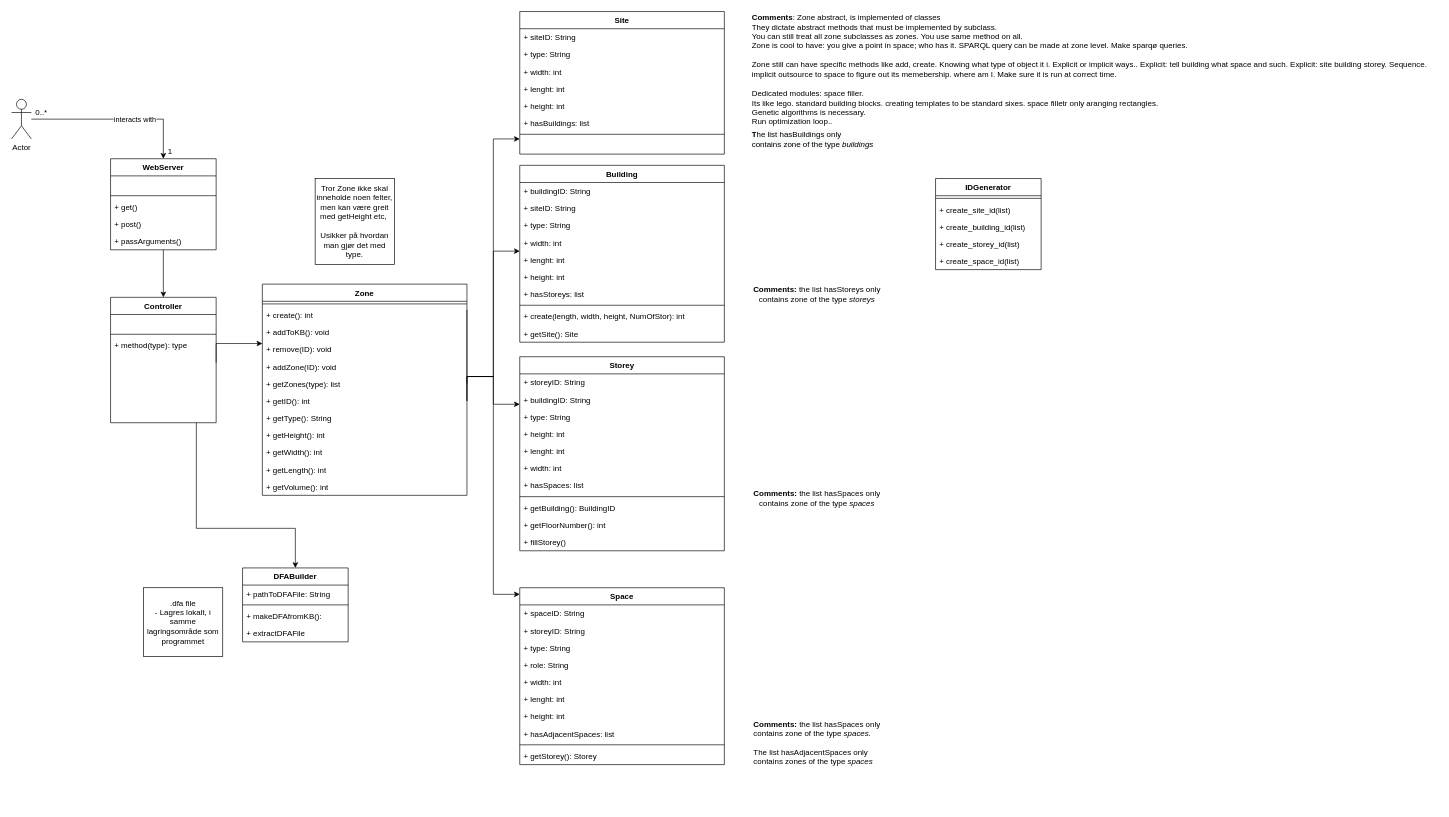
Above: page "Design Class Diagram" (6 of 9) of Diagrams/Diagrams.drawio in Hallvaeb/automation-p2-construction-knowledge-base (draw.io), before the change. Source tidied: cells renumbered, new cells numbered last; positions are measured from the earlier drawing's top-left corner, leaving out a move shared by most shapes. Both pictures are drawn from the tidied source at 66%, with x=0, y=0 at pixel (11, 11).
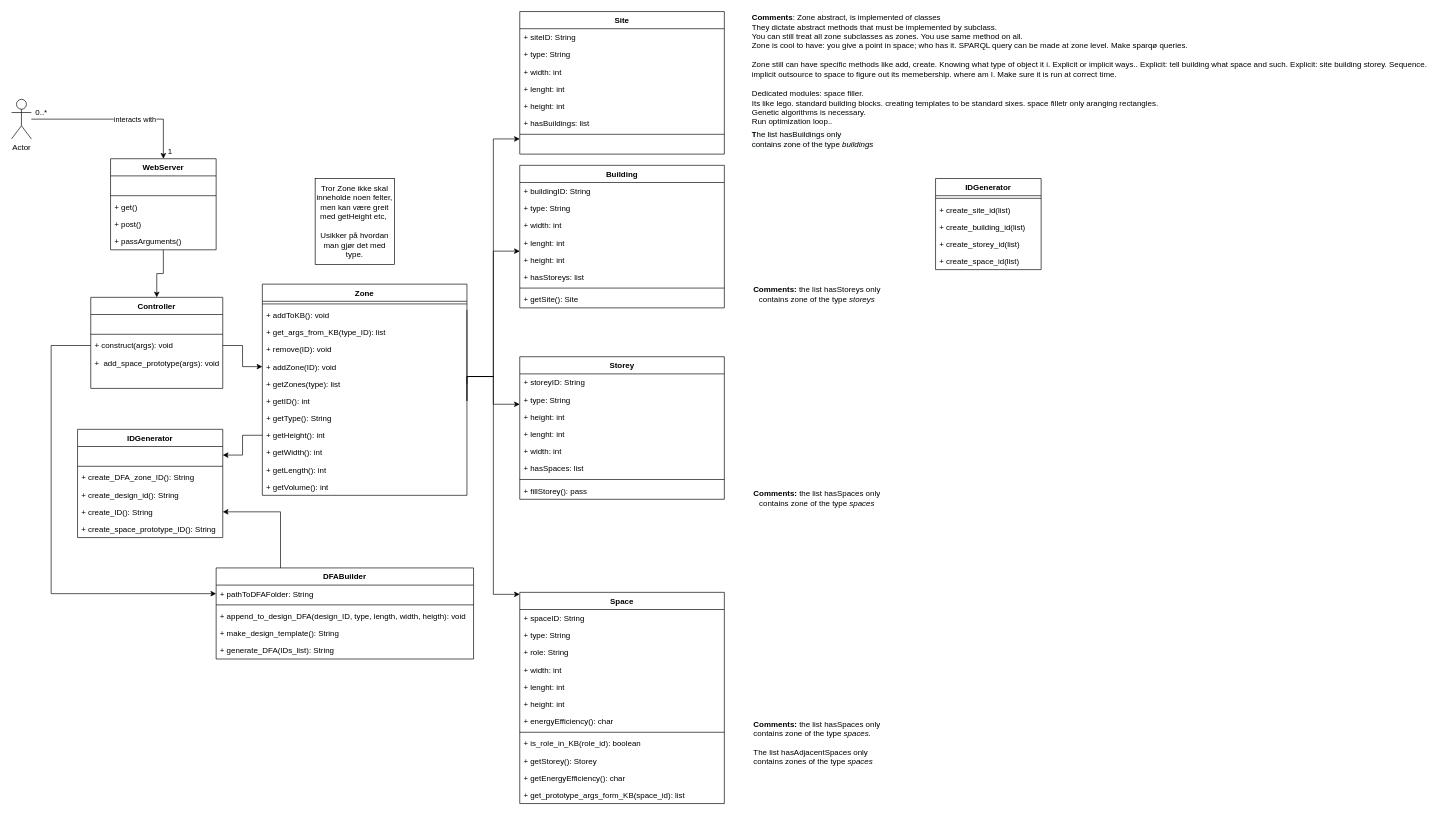
After the change.

Unchanged cells that the change refers to:
```xml
<mxCell id="73" value="Zone" style="swimlane;fontStyle=1;align=center;verticalAlign=top;horizontal=1;startSize=26;strokeColor=default;fillColor=default;" parent="1" vertex="1">
  <mxGeometry x="380" y="413" width="310" height="320" as="geometry" />
</mxCell>
<mxCell id="78" value="+ addZone(ID): void " style="text;strokeColor=none;fillColor=none;align=left;verticalAlign=top;spacingLeft=4;spacingRight=4;overflow=hidden;points=[[0,0.5],[1,0.5]];portConstraint=eastwest;" parent="73" vertex="1">
  <mxGeometry y="112" width="310" height="26" as="geometry" />
</mxCell>
<mxCell id="82" value="+ getHeight(): int" style="text;strokeColor=none;fillColor=none;align=left;verticalAlign=top;spacingLeft=4;spacingRight=4;overflow=hidden;points=[[0,0.5],[1,0.5]];portConstraint=eastwest;" parent="73" vertex="1">
  <mxGeometry y="216" width="310" height="26" as="geometry" />
</mxCell>
```

Diff of the diagram source:
```diff
@@
     <mxCell id="8" value="Building" style="swimlane;fontStyle=1;align=center;verticalAlign=top;horizontal=1;startSize=26;strokeColor=default;fillColor=default;" parent="1" vertex="1">
-      <mxGeometry x="770" y="233" width="310" height="268" as="geometry" />
+      <mxGeometry x="770" y="233" width="310" height="216" as="geometry" />
     </mxCell>
@@
-    <mxCell id="10" value="+ siteID: String" style="text;strokeColor=none;fillColor=none;align=left;verticalAlign=top;spacingLeft=4;spacingRight=4;overflow=hidden;" parent="8" vertex="1">
-      <mxGeometry y="52" width="310" height="26" as="geometry" />
-    </mxCell>
     <mxCell id="11" value="+ type: String" style="text;strokeColor=none;fillColor=none;align=left;verticalAlign=top;spacingLeft=4;spacingRight=4;overflow=hidden;" parent="8" vertex="1">
-      <mxGeometry y="78" width="310" height="26" as="geometry" />
+      <mxGeometry y="52" width="310" height="26" as="geometry" />
     </mxCell>
     <mxCell id="12" value="+ width: int" style="text;strokeColor=none;fillColor=none;align=left;verticalAlign=top;spacingLeft=4;spacingRight=4;overflow=hidden;" parent="8" vertex="1">
-      <mxGeometry y="104" width="310" height="26" as="geometry" />
+      <mxGeometry y="78" width="310" height="26" as="geometry" />
     </mxCell>
     <mxCell id="13" value="+ lenght: int" style="text;strokeColor=none;fillColor=none;align=left;verticalAlign=top;spacingLeft=4;spacingRight=4;overflow=hidden;" parent="8" vertex="1">
-      <mxGeometry y="130" width="310" height="26" as="geometry" />
+      <mxGeometry y="104" width="310" height="26" as="geometry" />
     </mxCell>
     <mxCell id="14" value="+ height: int" style="text;strokeColor=none;fillColor=none;align=left;verticalAlign=top;spacingLeft=4;spacingRight=4;overflow=hidden;" parent="8" vertex="1">
-      <mxGeometry y="156" width="310" height="26" as="geometry" />
+      <mxGeometry y="130" width="310" height="26" as="geometry" />
     </mxCell>
     <mxCell id="15" value="+ hasStoreys: list" style="text;strokeColor=none;fillColor=none;align=left;verticalAlign=top;spacingLeft=4;spacingRight=4;overflow=hidden;" parent="8" vertex="1">
-      <mxGeometry y="182" width="310" height="26" as="geometry" />
+      <mxGeometry y="156" width="310" height="26" as="geometry" />
     </mxCell>
     <mxCell id="16" style="line;strokeWidth=1;fillColor=none;align=left;verticalAlign=middle;spacingTop=-1;spacingLeft=3;spacingRight=3;labelPosition=right;" parent="8" vertex="1">
-      <mxGeometry y="208" width="310" height="8" as="geometry" />
+      <mxGeometry y="182" width="310" height="8" as="geometry" />
     </mxCell>
-    <mxCell id="17" value="+ create(length, width, height, NumOfStor): int" style="text;strokeColor=none;fillColor=none;align=left;verticalAlign=top;spacingLeft=4;spacingRight=4;overflow=hidden;" parent="8" vertex="1">
-      <mxGeometry y="216" width="310" height="26" as="geometry" />
-    </mxCell>
     <mxCell id="18" value="+ getSite(): Site" style="text;strokeColor=none;fillColor=none;align=left;verticalAlign=top;spacingLeft=4;spacingRight=4;overflow=hidden;" parent="8" vertex="1">
-      <mxGeometry y="242" width="310" height="26" as="geometry" />
+      <mxGeometry y="190" width="310" height="26" as="geometry" />
     </mxCell>
-    <mxCell id="19" style="edgeStyle=orthogonalEdgeStyle;rounded=0;jettySize=auto;html=1;entryX=0.5;entryY=0;entryDx=0;entryDy=0;" parent="1" edge="1" source="20" target="34">
-      <mxGeometry relative="1" as="geometry">
-        <Array as="points">
-          <mxPoint x="280" y="783" />
-          <mxPoint x="430" y="783" />
-        </Array>
-      </mxGeometry>
-    </mxCell>
     <mxCell id="20" value="Controller" style="swimlane;fontStyle=1;align=center;verticalAlign=top;horizontal=1;startSize=26;strokeColor=default;fillColor=default;" parent="1" vertex="1">
-      <mxGeometry x="150" y="433" width="160" height="190" as="geometry" />
+      <mxGeometry x="120" y="433" width="200" height="138" as="geometry" />
     </mxCell>
     <mxCell id="21" style="text;strokeColor=none;fillColor=none;align=left;verticalAlign=top;spacingLeft=4;spacingRight=4;overflow=hidden;" parent="20" vertex="1">
-      <mxGeometry y="26" width="160" height="26" as="geometry" />
+      <mxGeometry y="26" width="200" height="26" as="geometry" />
     </mxCell>
     <mxCell id="22" style="line;strokeWidth=1;fillColor=none;align=left;verticalAlign=middle;spacingTop=-1;spacingLeft=3;spacingRight=3;labelPosition=right;" parent="20" vertex="1">
-      <mxGeometry y="52" width="160" height="8" as="geometry" />
+      <mxGeometry y="52" width="200" height="8" as="geometry" />
     </mxCell>
-    <mxCell id="23" value="+ method(type): type" style="text;strokeColor=none;fillColor=none;align=left;verticalAlign=top;spacingLeft=4;spacingRight=4;overflow=hidden;points=[[0,0.5],[1,0.5]];portConstraint=eastwest;" parent="20" vertex="1">
-      <mxGeometry y="60" width="160" height="26" as="geometry" />
+    <mxCell id="23" value="+ construct(args): void" style="text;strokeColor=none;fillColor=none;align=left;verticalAlign=top;spacingLeft=4;spacingRight=4;overflow=hidden;points=[[0,0.5],[1,0.5]];portConstraint=eastwest;" parent="20" vertex="1">
+      <mxGeometry y="60" width="200" height="26" as="geometry" />
     </mxCell>
+    <mxCell id="105" value="+  add_space_prototype(args): void" style="text;strokeColor=none;fillColor=none;align=left;verticalAlign=top;spacingLeft=4;spacingRight=4;overflow=hidden;" parent="20" vertex="1">
+      <mxGeometry y="86" width="200" height="26" as="geometry" />
+    </mxCell>
     <mxCell id="24" style="text;strokeColor=none;fillColor=none;align=left;verticalAlign=top;spacingLeft=4;spacingRight=4;overflow=hidden;points=[[0,0.5],[1,0.5]];portConstraint=eastwest;" parent="20" vertex="1">
-      <mxGeometry y="86" width="160" height="26" as="geometry" />
+      <mxGeometry y="112" width="200" height="26" as="geometry" />
     </mxCell>
-    <mxCell id="25" style="text;strokeColor=none;fillColor=none;align=left;verticalAlign=top;spacingLeft=4;spacingRight=4;overflow=hidden;" parent="20" vertex="1">
-      <mxGeometry y="112" width="160" height="26" as="geometry" />
-    </mxCell>
-    <mxCell id="26" style="text;strokeColor=none;fillColor=none;align=left;verticalAlign=top;spacingLeft=4;spacingRight=4;overflow=hidden;" parent="20" vertex="1">
-      <mxGeometry y="138" width="160" height="26" as="geometry" />
-    </mxCell>
-    <mxCell id="27" style="text;strokeColor=none;fillColor=none;align=left;verticalAlign=top;spacingLeft=4;spacingRight=4;overflow=hidden;" parent="20" vertex="1">
-      <mxGeometry y="164" width="160" height="26" as="geometry" />
-    </mxCell>
@@
+    <mxCell id="106" style="edgeStyle=orthogonalEdgeStyle;rounded=0;jettySize=auto;html=1;exitX=0.25;exitY=0;exitDx=0;exitDy=0;entryX=1;entryY=0.5;entryDx=0;entryDy=0;fontSize=12;" parent="1" edge="1" source="34" target="118">
+      <mxGeometry relative="1" as="geometry" />
+    </mxCell>
     <mxCell id="34" value="DFABuilder" style="swimlane;fontStyle=1;align=center;verticalAlign=top;horizontal=1;startSize=26;strokeColor=default;fillColor=default;" parent="1" vertex="1">
-      <mxGeometry x="350" y="843" width="160" height="112" as="geometry" />
+      <mxGeometry x="310" y="843" width="390" height="138" as="geometry" />
     </mxCell>
-    <mxCell id="35" value="+ pathToDFAFile: String" style="text;strokeColor=none;fillColor=none;align=left;verticalAlign=top;spacingLeft=4;spacingRight=4;overflow=hidden;points=[[0,0.5],[1,0.5]];portConstraint=eastwest;" parent="34" vertex="1">
-      <mxGeometry y="26" width="160" height="26" as="geometry" />
+    <mxCell id="35" value="+ pathToDFAFolder: String" style="text;strokeColor=none;fillColor=none;align=left;verticalAlign=top;spacingLeft=4;spacingRight=4;overflow=hidden;points=[[0,0.5],[1,0.5]];portConstraint=eastwest;" parent="34" vertex="1">
+      <mxGeometry y="26" width="390" height="26" as="geometry" />
     </mxCell>
     <mxCell id="36" style="line;strokeWidth=1;fillColor=none;align=left;verticalAlign=middle;spacingTop=-1;spacingLeft=3;spacingRight=3;labelPosition=right;" parent="34" vertex="1">
-      <mxGeometry y="52" width="160" height="8" as="geometry" />
+      <mxGeometry y="52" width="390" height="8" as="geometry" />
     </mxCell>
-    <mxCell id="37" value="+ makeDFAfromKB():" style="text;strokeColor=none;fillColor=none;align=left;verticalAlign=top;spacingLeft=4;spacingRight=4;overflow=hidden;" parent="34" vertex="1">
-      <mxGeometry y="60" width="160" height="26" as="geometry" />
-    </mxCell>
-    <mxCell id="38" value="+ extractDFAFile" style="text;strokeColor=none;fillColor=none;align=left;verticalAlign=top;spacingLeft=4;spacingRight=4;overflow=hidden;" parent="34" vertex="1">
-      <mxGeometry y="86" width="160" height="26" as="geometry" />
+    <mxCell id="38" value="+ append_to_design_DFA(design_ID, type, length, width, heigth): void" style="text;strokeColor=none;fillColor=none;align=left;verticalAlign=top;spacingLeft=4;spacingRight=4;overflow=hidden;" parent="34" vertex="1">
+      <mxGeometry y="60" width="390" height="26" as="geometry" />
     </mxCell>
-    <mxCell id="39" value=".dfa file&lt;br&gt;- Lagres lokalt, i samme lagringsområde som programmet" style="whiteSpace=wrap;html=1;" parent="1" vertex="1">
-      <mxGeometry x="200" y="873" width="120" height="104" as="geometry" />
-    </mxCell>
+    <mxCell id="107" value="+ make_design_template(): String" style="text;strokeColor=none;fillColor=none;align=left;verticalAlign=top;spacingLeft=4;spacingRight=4;overflow=hidden;" parent="34" vertex="1">
+      <mxGeometry y="86" width="390" height="26" as="geometry" />
+    </mxCell>
+    <mxCell id="108" value="+ generate_DFA(IDs_list): String" style="text;strokeColor=none;fillColor=none;align=left;verticalAlign=top;spacingLeft=4;spacingRight=4;overflow=hidden;" parent="34" vertex="1">
+      <mxGeometry y="112" width="390" height="26" as="geometry" />
+    </mxCell>
@@
     <mxCell id="49" value="Storey" style="swimlane;fontStyle=1;align=center;verticalAlign=top;horizontal=1;startSize=26;strokeColor=default;fillColor=default;" parent="1" vertex="1">
-      <mxGeometry x="770" y="523" width="310" height="294" as="geometry" />
+      <mxGeometry x="770" y="523" width="310" height="216" as="geometry" />
     </mxCell>
@@
-    <mxCell id="51" value="+ buildingID: String" style="text;strokeColor=none;fillColor=none;align=left;verticalAlign=top;spacingLeft=4;spacingRight=4;overflow=hidden;" parent="49" vertex="1">
-      <mxGeometry y="52" width="310" height="26" as="geometry" />
-    </mxCell>
     <mxCell id="52" value="+ type: String" style="text;strokeColor=none;fillColor=none;align=left;verticalAlign=top;spacingLeft=4;spacingRight=4;overflow=hidden;" parent="49" vertex="1">
-      <mxGeometry y="78" width="310" height="26" as="geometry" />
+      <mxGeometry y="52" width="310" height="26" as="geometry" />
     </mxCell>
     <mxCell id="53" value="+ height: int" style="text;strokeColor=none;fillColor=none;align=left;verticalAlign=top;spacingLeft=4;spacingRight=4;overflow=hidden;" parent="49" vertex="1">
-      <mxGeometry y="104" width="310" height="26" as="geometry" />
+      <mxGeometry y="78" width="310" height="26" as="geometry" />
     </mxCell>
     <mxCell id="54" value="+ lenght: int" style="text;strokeColor=none;fillColor=none;align=left;verticalAlign=top;spacingLeft=4;spacingRight=4;overflow=hidden;" parent="49" vertex="1">
-      <mxGeometry y="130" width="310" height="26" as="geometry" />
+      <mxGeometry y="104" width="310" height="26" as="geometry" />
     </mxCell>
     <mxCell id="55" value="+ width: int" style="text;strokeColor=none;fillColor=none;align=left;verticalAlign=top;spacingLeft=4;spacingRight=4;overflow=hidden;" parent="49" vertex="1">
-      <mxGeometry y="156" width="310" height="26" as="geometry" />
+      <mxGeometry y="130" width="310" height="26" as="geometry" />
     </mxCell>
     <mxCell id="56" value="+ hasSpaces: list" style="text;strokeColor=none;fillColor=none;align=left;verticalAlign=top;spacingLeft=4;spacingRight=4;overflow=hidden;" parent="49" vertex="1">
-      <mxGeometry y="182" width="310" height="26" as="geometry" />
+      <mxGeometry y="156" width="310" height="26" as="geometry" />
     </mxCell>
     <mxCell id="57" style="line;strokeWidth=1;fillColor=none;align=left;verticalAlign=middle;spacingTop=-1;spacingLeft=3;spacingRight=3;labelPosition=right;" parent="49" vertex="1">
-      <mxGeometry y="208" width="310" height="8" as="geometry" />
+      <mxGeometry y="182" width="310" height="8" as="geometry" />
     </mxCell>
-    <mxCell id="58" value="+ getBuilding(): BuildingID" style="text;strokeColor=none;fillColor=none;align=left;verticalAlign=top;spacingLeft=4;spacingRight=4;overflow=hidden;" parent="49" vertex="1">
-      <mxGeometry y="216" width="310" height="26" as="geometry" />
-    </mxCell>
-    <mxCell id="59" value="+ getFloorNumber(): int" style="text;strokeColor=none;fillColor=none;align=left;verticalAlign=top;spacingLeft=4;spacingRight=4;overflow=hidden;" parent="49" vertex="1">
-      <mxGeometry y="242" width="310" height="26" as="geometry" />
-    </mxCell>
-    <mxCell id="60" value="+ fillStorey()" style="text;strokeColor=none;fillColor=none;align=left;verticalAlign=top;spacingLeft=4;spacingRight=4;overflow=hidden;" parent="49" vertex="1">
-      <mxGeometry y="268" width="310" height="26" as="geometry" />
+    <mxCell id="60" value="+ fillStorey(): pass" style="text;strokeColor=none;fillColor=none;align=left;verticalAlign=top;spacingLeft=4;spacingRight=4;overflow=hidden;" parent="49" vertex="1">
+      <mxGeometry y="190" width="310" height="26" as="geometry" />
     </mxCell>
     <mxCell id="61" value="Space" style="swimlane;fontStyle=1;align=center;verticalAlign=top;horizontal=1;startSize=26;strokeColor=default;fillColor=default;" parent="1" vertex="1">
-      <mxGeometry x="770" y="873" width="310" height="268" as="geometry" />
+      <mxGeometry x="770" y="880" width="310" height="320" as="geometry" />
     </mxCell>
@@
-    <mxCell id="63" value="+ storeyID: String" style="text;strokeColor=none;fillColor=none;align=left;verticalAlign=top;spacingLeft=4;spacingRight=4;overflow=hidden;" parent="61" vertex="1">
-      <mxGeometry y="52" width="310" height="26" as="geometry" />
-    </mxCell>
     <mxCell id="64" value="+ type: String" style="text;strokeColor=none;fillColor=none;align=left;verticalAlign=top;spacingLeft=4;spacingRight=4;overflow=hidden;" parent="61" vertex="1">
-      <mxGeometry y="78" width="310" height="26" as="geometry" />
+      <mxGeometry y="52" width="310" height="26" as="geometry" />
     </mxCell>
     <mxCell id="65" value="+ role: String" style="text;strokeColor=none;fillColor=none;align=left;verticalAlign=top;spacingLeft=4;spacingRight=4;overflow=hidden;" parent="61" vertex="1">
-      <mxGeometry y="104" width="310" height="26" as="geometry" />
+      <mxGeometry y="78" width="310" height="26" as="geometry" />
     </mxCell>
     <mxCell id="66" value="+ width: int" style="text;strokeColor=none;fillColor=none;align=left;verticalAlign=top;spacingLeft=4;spacingRight=4;overflow=hidden;" parent="61" vertex="1">
-      <mxGeometry y="130" width="310" height="26" as="geometry" />
+      <mxGeometry y="104" width="310" height="26" as="geometry" />
     </mxCell>
     <mxCell id="67" value="+ lenght: int" style="text;strokeColor=none;fillColor=none;align=left;verticalAlign=top;spacingLeft=4;spacingRight=4;overflow=hidden;" parent="61" vertex="1">
-      <mxGeometry y="156" width="310" height="26" as="geometry" />
+      <mxGeometry y="130" width="310" height="26" as="geometry" />
     </mxCell>
     <mxCell id="68" value="+ height: int" style="text;strokeColor=none;fillColor=none;align=left;verticalAlign=top;spacingLeft=4;spacingRight=4;overflow=hidden;" parent="61" vertex="1">
-      <mxGeometry y="182" width="310" height="26" as="geometry" />
+      <mxGeometry y="156" width="310" height="26" as="geometry" />
     </mxCell>
-    <mxCell id="69" value="+ hasAdjacentSpaces: list" style="text;strokeColor=none;fillColor=none;align=left;verticalAlign=top;spacingLeft=4;spacingRight=4;overflow=hidden;" parent="61" vertex="1">
-      <mxGeometry y="208" width="310" height="26" as="geometry" />
+    <mxCell id="69" value="+ energyEfficiency(): char" style="text;strokeColor=none;fillColor=none;align=left;verticalAlign=top;spacingLeft=4;spacingRight=4;overflow=hidden;" parent="61" vertex="1">
+      <mxGeometry y="182" width="310" height="26" as="geometry" />
     </mxCell>
     <mxCell id="70" style="line;strokeWidth=1;fillColor=none;align=left;verticalAlign=middle;spacingTop=-1;spacingLeft=3;spacingRight=3;labelPosition=right;" parent="61" vertex="1">
-      <mxGeometry y="234" width="310" height="8" as="geometry" />
+      <mxGeometry y="208" width="310" height="8" as="geometry" />
     </mxCell>
+    <mxCell id="109" value="+ is_role_in_KB(role_id): boolean" style="text;strokeColor=none;fillColor=none;align=left;verticalAlign=top;spacingLeft=4;spacingRight=4;overflow=hidden;" parent="61" vertex="1">
+      <mxGeometry y="216" width="310" height="26" as="geometry" />
+    </mxCell>
@@
+    <mxCell id="110" value="+ getEnergyEfficiency(): char" style="text;strokeColor=none;fillColor=none;align=left;verticalAlign=top;spacingLeft=4;spacingRight=4;overflow=hidden;" parent="61" vertex="1">
+      <mxGeometry y="268" width="310" height="26" as="geometry" />
+    </mxCell>
+    <mxCell id="111" value="+ get_prototype_args_form_KB(space_id): list " style="text;strokeColor=none;fillColor=none;align=left;verticalAlign=top;spacingLeft=4;spacingRight=4;overflow=hidden;" parent="61" vertex="1">
+      <mxGeometry y="294" width="310" height="26" as="geometry" />
+    </mxCell>
@@
-    <mxCell id="75" value="+ create(): int&#10;" style="text;strokeColor=none;fillColor=none;align=left;verticalAlign=top;spacingLeft=4;spacingRight=4;overflow=hidden;" parent="73" vertex="1">
-      <mxGeometry y="34" width="310" height="26" as="geometry" />
-    </mxCell>
     <mxCell id="76" value="+ addToKB(): void" style="text;strokeColor=none;fillColor=none;align=left;verticalAlign=top;spacingLeft=4;spacingRight=4;overflow=hidden;" parent="73" vertex="1">
-      <mxGeometry y="60" width="310" height="26" as="geometry" />
+      <mxGeometry y="34" width="310" height="26" as="geometry" />
     </mxCell>
+    <mxCell id="112" value="+ get_args_from_KB(type_ID): list" style="text;strokeColor=none;fillColor=none;align=left;verticalAlign=top;spacingLeft=4;spacingRight=4;overflow=hidden;" parent="73" vertex="1">
+      <mxGeometry y="60" width="310" height="26" as="geometry" />
+    </mxCell>
@@
-    <mxCell id="90" style="edgeStyle=orthogonalEdgeStyle;rounded=0;jettySize=auto;html=1;exitX=1;exitY=0.5;exitDx=0;exitDy=0;" parent="1" edge="1" source="24">
-      <mxGeometry relative="1" as="geometry">
-        <mxPoint x="380" y="503" as="targetPoint" />
-        <Array as="points">
-          <mxPoint x="310" y="503" />
-          <mxPoint x="380" y="503" />
-        </Array>
-      </mxGeometry>
-    </mxCell>
@@
+    <mxCell id="113" value="IDGenerator" style="swimlane;fontStyle=1;align=center;verticalAlign=top;horizontal=1;startSize=26;strokeColor=default;fillColor=default;" parent="1" vertex="1">
+      <mxGeometry x="100" y="633" width="220" height="164" as="geometry" />
+    </mxCell>
+    <mxCell id="114" style="text;strokeColor=none;fillColor=none;align=left;verticalAlign=top;spacingLeft=4;spacingRight=4;overflow=hidden;points=[[0,0.5],[1,0.5]];portConstraint=eastwest;" parent="113" vertex="1">
+      <mxGeometry y="26" width="220" height="26" as="geometry" />
+    </mxCell>
+    <mxCell id="115" style="line;strokeWidth=1;fillColor=none;align=left;verticalAlign=middle;spacingTop=-1;spacingLeft=3;spacingRight=3;labelPosition=right;" parent="113" vertex="1">
+      <mxGeometry y="52" width="220" height="8" as="geometry" />
+    </mxCell>
+    <mxCell id="116" value="+ create_DFA_zone_ID(): String " style="text;strokeColor=none;fillColor=none;align=left;verticalAlign=top;spacingLeft=4;spacingRight=4;overflow=hidden;" parent="113" vertex="1">
+      <mxGeometry y="60" width="220" height="26" as="geometry" />
+    </mxCell>
+    <mxCell id="117" value="+ create_design_id(): String " style="text;strokeColor=none;fillColor=none;align=left;verticalAlign=top;spacingLeft=4;spacingRight=4;overflow=hidden;" parent="113" vertex="1">
+      <mxGeometry y="86" width="220" height="26" as="geometry" />
+    </mxCell>
+    <mxCell id="118" value="+ create_ID(): String" style="text;strokeColor=none;fillColor=none;align=left;verticalAlign=top;spacingLeft=4;spacingRight=4;overflow=hidden;points=[[0,0.5],[1,0.5]];portConstraint=eastwest;" parent="113" vertex="1">
+      <mxGeometry y="112" width="220" height="26" as="geometry" />
+    </mxCell>
+    <mxCell id="119" value="+ create_space_prototype_ID(): String" style="text;strokeColor=none;fillColor=none;align=left;verticalAlign=top;spacingLeft=4;spacingRight=4;overflow=hidden;" parent="113" vertex="1">
+      <mxGeometry y="138" width="220" height="26" as="geometry" />
+    </mxCell>
+    <mxCell id="120" style="edgeStyle=orthogonalEdgeStyle;rounded=0;jettySize=auto;html=1;exitX=0;exitY=0.5;exitDx=0;exitDy=0;entryX=0;entryY=0.5;entryDx=0;entryDy=0;fontSize=12;" parent="1" edge="1" source="23" target="35">
+      <mxGeometry relative="1" as="geometry">
+        <Array as="points">
+          <mxPoint x="60" y="506" />
+          <mxPoint x="60" y="882" />
+        </Array>
+      </mxGeometry>
+    </mxCell>
+    <mxCell id="121" style="edgeStyle=orthogonalEdgeStyle;rounded=0;jettySize=auto;html=1;exitX=0;exitY=0.5;exitDx=0;exitDy=0;entryX=1;entryY=0.5;entryDx=0;entryDy=0;fontSize=12;" parent="1" edge="1" source="82" target="114">
+      <mxGeometry relative="1" as="geometry" />
+    </mxCell>
+    <mxCell id="122" style="edgeStyle=orthogonalEdgeStyle;rounded=0;jettySize=auto;html=1;exitX=1;exitY=0.5;exitDx=0;exitDy=0;entryX=0;entryY=0.5;entryDx=0;entryDy=0;fontSize=12;" parent="1" edge="1" source="23" target="78">
+      <mxGeometry relative="1" as="geometry" />
+    </mxCell>
```
